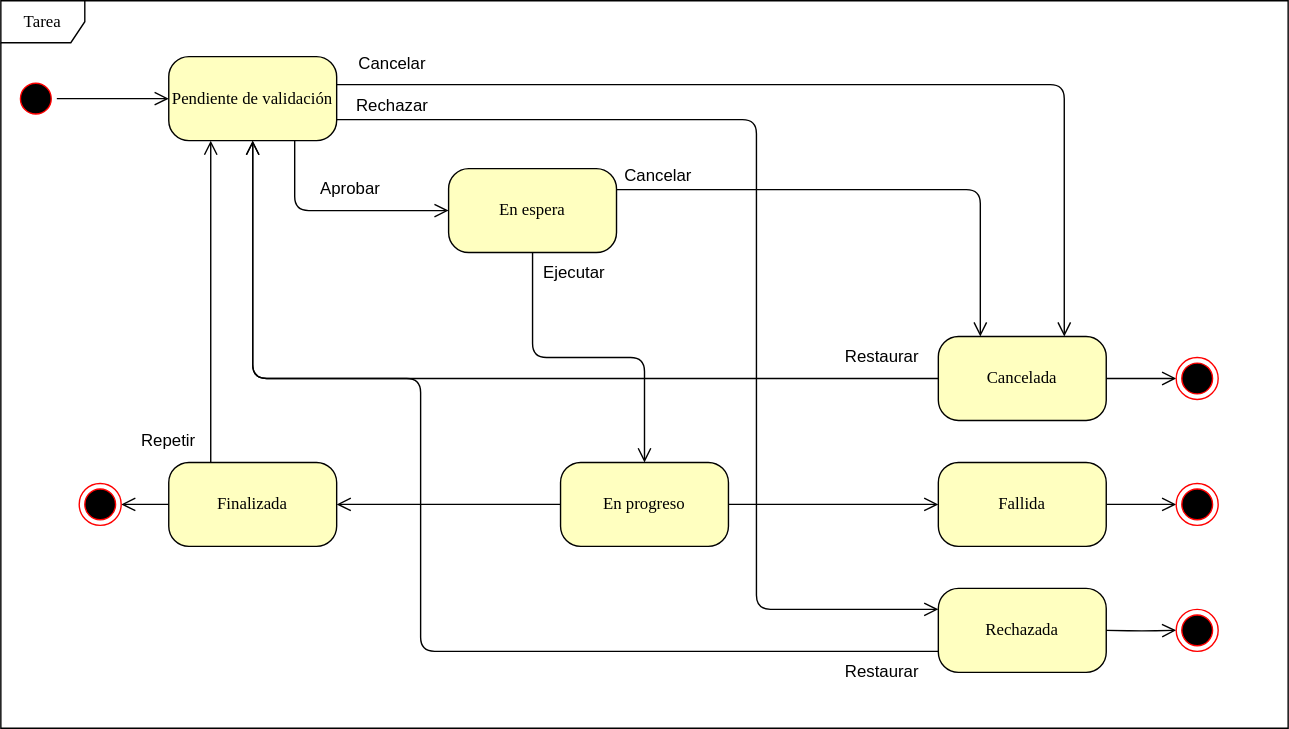
The draw.io diagram docs/design/task-states.drawio.svg in Leandro-Bertoluzzi/remote-cnc, before a commit. Source tidied: cells renumbered, new cells last; positions are measured from the earlier drawing's top-left corner, leaving out a move shared by most shapes. Its diagram source:
```xml
<mxGraphModel>
  <root>
    <mxCell id="0" />
    <mxCell id="1" parent="0" />
    <mxCell id="2" value="Tarea" style="shape=umlFrame;whiteSpace=wrap;html=1;rounded=1;shadow=0;comic=0;labelBackgroundColor=none;strokeWidth=1;fontFamily=Verdana;fontSize=12;align=center;" parent="1" vertex="1">
      <mxGeometry width="920" height="520" as="geometry" />
    </mxCell>
    <mxCell id="3" style="ellipse;html=1;shape=startState;fillColor=#000000;strokeColor=#ff0000;rounded=1;shadow=0;comic=0;labelBackgroundColor=none;fontFamily=Verdana;fontSize=12;fontColor=#000000;align=center;direction=south;" parent="1" vertex="1">
      <mxGeometry x="10" y="55" width="30" height="30" as="geometry" />
    </mxCell>
    <mxCell id="4" value="Finalizada" style="rounded=1;whiteSpace=wrap;html=1;arcSize=24;fillColor=#ffffc0;strokeColor=#000000;shadow=0;comic=0;labelBackgroundColor=none;fontFamily=Verdana;fontSize=12;fontColor=#000000;align=center;" parent="1" vertex="1">
      <mxGeometry x="120" y="330" width="120" height="60" as="geometry" />
    </mxCell>
    <mxCell id="5" style="edgeStyle=orthogonalEdgeStyle;rounded=1;jettySize=auto;html=1;exitX=1;exitY=0.75;exitDx=0;exitDy=0;entryX=0;entryY=0.25;entryDx=0;entryDy=0;curved=0;endSize=8;endArrow=open;endFill=0;" parent="1" edge="1" source="6" target="30">
      <mxGeometry relative="1" as="geometry">
        <Array as="points">
          <mxPoint x="540" y="85" />
          <mxPoint x="540" y="435" />
        </Array>
      </mxGeometry>
    </mxCell>
    <mxCell id="6" value="Pendiente de validación" style="rounded=1;whiteSpace=wrap;html=1;arcSize=24;fillColor=#ffffc0;strokeColor=#000000;shadow=0;comic=0;labelBackgroundColor=none;fontFamily=Verdana;fontSize=12;fontColor=#000000;align=center;" parent="1" vertex="1">
      <mxGeometry x="120" y="40" width="120" height="60" as="geometry" />
    </mxCell>
    <mxCell id="7" style="edgeStyle=orthogonalEdgeStyle;html=1;exitX=1;exitY=0.25;entryX=0.25;entryY=0;labelBackgroundColor=none;endArrow=open;endSize=8;strokeColor=#000000;fontFamily=Verdana;fontSize=12;align=left;" parent="1" edge="1" source="8" target="12">
      <mxGeometry relative="1" as="geometry" />
    </mxCell>
    <mxCell id="8" value="En espera" style="rounded=1;whiteSpace=wrap;html=1;arcSize=24;fillColor=#ffffc0;strokeColor=#000000;shadow=0;comic=0;labelBackgroundColor=none;fontFamily=Verdana;fontSize=12;fontColor=#000000;align=center;" parent="1" vertex="1">
      <mxGeometry x="320" y="120" width="120" height="60" as="geometry" />
    </mxCell>
    <mxCell id="9" style="edgeStyle=orthogonalEdgeStyle;html=1;entryX=0.75;entryY=0;labelBackgroundColor=none;endArrow=open;endSize=8;strokeColor=#000000;fontFamily=Verdana;fontSize=12;align=left;rounded=1;curved=0;entryDx=0;entryDy=0;" parent="1" edge="1" target="12">
      <mxGeometry relative="1" as="geometry">
        <mxPoint x="240" y="60" as="sourcePoint" />
        <Array as="points">
          <mxPoint x="240" y="60" />
          <mxPoint x="760" y="60" />
        </Array>
      </mxGeometry>
    </mxCell>
    <mxCell id="10" style="edgeStyle=orthogonalEdgeStyle;rounded=1;jettySize=auto;html=1;exitX=1;exitY=0.5;exitDx=0;exitDy=0;endSize=8;endArrow=open;endFill=0;curved=0;" parent="1" edge="1" source="12" target="20">
      <mxGeometry relative="1" as="geometry" />
    </mxCell>
    <mxCell id="11" style="edgeStyle=orthogonalEdgeStyle;rounded=1;jettySize=auto;html=1;exitX=0;exitY=0.5;exitDx=0;exitDy=0;entryX=0.5;entryY=1;entryDx=0;entryDy=0;curved=0;endSize=8;endArrow=open;endFill=0;" parent="1" edge="1" source="12" target="6">
      <mxGeometry relative="1" as="geometry" />
    </mxCell>
    <mxCell id="12" value="Cancelada" style="rounded=1;whiteSpace=wrap;html=1;arcSize=24;fillColor=#ffffc0;strokeColor=#000000;shadow=0;comic=0;labelBackgroundColor=none;fontFamily=Verdana;fontSize=12;fontColor=#000000;align=center;" parent="1" vertex="1">
      <mxGeometry x="670" y="240" width="120" height="60" as="geometry" />
    </mxCell>
    <mxCell id="13" style="edgeStyle=orthogonalEdgeStyle;rounded=1;jettySize=auto;html=1;entryX=0;entryY=0.5;entryDx=0;entryDy=0;curved=0;endSize=8;endArrow=open;endFill=0;" parent="1" edge="1" source="14" target="27">
      <mxGeometry relative="1" as="geometry" />
    </mxCell>
    <mxCell id="14" value="En progreso" style="rounded=1;whiteSpace=wrap;html=1;arcSize=24;fillColor=#ffffc0;strokeColor=#000000;shadow=0;comic=0;labelBackgroundColor=none;fontFamily=Verdana;fontSize=12;fontColor=#000000;align=center;" parent="1" vertex="1">
      <mxGeometry x="400" y="330" width="120" height="60" as="geometry" />
    </mxCell>
    <mxCell id="15" style="edgeStyle=orthogonalEdgeStyle;html=1;labelBackgroundColor=none;endArrow=open;endSize=8;strokeColor=#000000;fontFamily=Verdana;fontSize=12;align=left;" parent="1" edge="1" source="3" target="6">
      <mxGeometry relative="1" as="geometry" />
    </mxCell>
    <mxCell id="16" style="edgeStyle=orthogonalEdgeStyle;html=1;labelBackgroundColor=none;endArrow=open;endSize=8;strokeColor=#000000;fontFamily=Verdana;fontSize=12;align=left;entryX=0;entryY=0.5;" parent="1" edge="1" source="6" target="8">
      <mxGeometry relative="1" as="geometry">
        <Array as="points">
          <mxPoint x="210" y="150" />
        </Array>
      </mxGeometry>
    </mxCell>
    <mxCell id="17" style="edgeStyle=orthogonalEdgeStyle;html=1;exitX=0.25;exitY=0;entryX=0.25;entryY=1;labelBackgroundColor=none;endArrow=open;endSize=8;strokeColor=#000000;fontFamily=Verdana;fontSize=12;align=left;" parent="1" edge="1" source="4" target="6">
      <mxGeometry relative="1" as="geometry" />
    </mxCell>
    <mxCell id="18" style="edgeStyle=orthogonalEdgeStyle;html=1;exitX=0;exitY=0.5;entryX=1;entryY=0.5;labelBackgroundColor=none;endArrow=open;endSize=8;strokeColor=#000000;fontFamily=Verdana;fontSize=12;align=left;exitDx=0;exitDy=0;entryDx=0;entryDy=0;" parent="1" edge="1" source="14" target="4">
      <mxGeometry relative="1" as="geometry" />
    </mxCell>
    <mxCell id="19" style="edgeStyle=orthogonalEdgeStyle;html=1;exitX=0.5;exitY=1;entryX=0.5;entryY=0;labelBackgroundColor=none;endArrow=open;endSize=8;strokeColor=#000000;fontFamily=Verdana;fontSize=12;align=left;exitDx=0;exitDy=0;entryDx=0;entryDy=0;" parent="1" edge="1" source="8" target="14">
      <mxGeometry relative="1" as="geometry" />
    </mxCell>
    <mxCell id="20" style="ellipse;html=1;shape=endState;fillColor=#000000;strokeColor=#ff0000;rounded=1;shadow=0;comic=0;labelBackgroundColor=none;fontFamily=Verdana;fontSize=12;fontColor=#000000;align=center;" parent="1" vertex="1">
      <mxGeometry x="840" y="255" width="30" height="30" as="geometry" />
    </mxCell>
    <mxCell id="21" value="Cancelar" style="text;html=1;align=center;verticalAlign=middle;whiteSpace=wrap;rounded=0;" parent="1" vertex="1">
      <mxGeometry x="250" y="30" width="60" height="30" as="geometry" />
    </mxCell>
    <mxCell id="22" value="Aprobar" style="text;html=1;align=center;verticalAlign=middle;whiteSpace=wrap;rounded=0;" parent="1" vertex="1">
      <mxGeometry x="220" y="120" width="60" height="30" as="geometry" />
    </mxCell>
    <mxCell id="23" value="Ejecutar" style="text;html=1;align=center;verticalAlign=middle;whiteSpace=wrap;rounded=0;" parent="1" vertex="1">
      <mxGeometry x="380" y="180" width="60" height="30" as="geometry" />
    </mxCell>
    <mxCell id="24" value="Cancelar" style="text;html=1;align=center;verticalAlign=middle;whiteSpace=wrap;rounded=0;" parent="1" vertex="1">
      <mxGeometry x="440" y="110" width="60" height="30" as="geometry" />
    </mxCell>
    <mxCell id="25" value="Repetir" style="text;html=1;align=center;verticalAlign=middle;whiteSpace=wrap;rounded=0;" parent="1" vertex="1">
      <mxGeometry x="90" y="300" width="60" height="30" as="geometry" />
    </mxCell>
    <mxCell id="26" style="edgeStyle=orthogonalEdgeStyle;rounded=1;jettySize=auto;html=1;entryX=0;entryY=0.5;entryDx=0;entryDy=0;endSize=8;curved=0;endArrow=open;endFill=0;" parent="1" edge="1" source="27" target="28">
      <mxGeometry relative="1" as="geometry" />
    </mxCell>
    <mxCell id="27" value="Fallida" style="rounded=1;whiteSpace=wrap;html=1;arcSize=24;fillColor=#ffffc0;strokeColor=#000000;shadow=0;comic=0;labelBackgroundColor=none;fontFamily=Verdana;fontSize=12;fontColor=#000000;align=center;" parent="1" vertex="1">
      <mxGeometry x="670" y="330" width="120" height="60" as="geometry" />
    </mxCell>
    <mxCell id="28" style="ellipse;html=1;shape=endState;fillColor=#000000;strokeColor=#ff0000;rounded=1;shadow=0;comic=0;labelBackgroundColor=none;fontFamily=Verdana;fontSize=12;fontColor=#000000;align=center;" parent="1" vertex="1">
      <mxGeometry x="840" y="345" width="30" height="30" as="geometry" />
    </mxCell>
    <mxCell id="29" style="edgeStyle=orthogonalEdgeStyle;rounded=1;jettySize=auto;html=1;exitX=0;exitY=0.75;exitDx=0;exitDy=0;curved=0;endSize=8;endArrow=open;endFill=0;" parent="1" edge="1" source="30" target="6">
      <mxGeometry relative="1" as="geometry">
        <Array as="points">
          <mxPoint x="300" y="465" />
          <mxPoint x="300" y="270" />
          <mxPoint x="180" y="270" />
        </Array>
      </mxGeometry>
    </mxCell>
    <mxCell id="30" value="Rechazada" style="rounded=1;whiteSpace=wrap;html=1;arcSize=24;fillColor=#ffffc0;strokeColor=#000000;shadow=0;comic=0;labelBackgroundColor=none;fontFamily=Verdana;fontSize=12;fontColor=#000000;align=center;" parent="1" vertex="1">
      <mxGeometry x="670" y="420" width="120" height="60" as="geometry" />
    </mxCell>
    <mxCell id="31" style="edgeStyle=orthogonalEdgeStyle;rounded=1;jettySize=auto;html=1;entryX=0;entryY=0.5;entryDx=0;entryDy=0;endSize=8;curved=0;endArrow=open;endFill=0;" parent="1" edge="1" target="32">
      <mxGeometry relative="1" as="geometry">
        <mxPoint x="790" y="450" as="sourcePoint" />
      </mxGeometry>
    </mxCell>
    <mxCell id="32" style="ellipse;html=1;shape=endState;fillColor=#000000;strokeColor=#ff0000;rounded=1;shadow=0;comic=0;labelBackgroundColor=none;fontFamily=Verdana;fontSize=12;fontColor=#000000;align=center;" parent="1" vertex="1">
      <mxGeometry x="840" y="435" width="30" height="30" as="geometry" />
    </mxCell>
    <mxCell id="33" value="Rechazar" style="text;html=1;align=center;verticalAlign=middle;whiteSpace=wrap;rounded=0;" parent="1" vertex="1">
      <mxGeometry x="250" y="60" width="60" height="30" as="geometry" />
    </mxCell>
    <mxCell id="34" value="Restaurar" style="text;html=1;align=center;verticalAlign=middle;whiteSpace=wrap;rounded=0;" parent="1" vertex="1">
      <mxGeometry x="600" y="240" width="60" height="30" as="geometry" />
    </mxCell>
    <mxCell id="35" value="Restaurar" style="text;html=1;align=center;verticalAlign=middle;whiteSpace=wrap;rounded=0;" parent="1" vertex="1">
      <mxGeometry x="600" y="465" width="60" height="30" as="geometry" />
    </mxCell>
    <mxCell id="36" style="edgeStyle=orthogonalEdgeStyle;rounded=1;jettySize=auto;html=1;entryX=1;entryY=0.5;entryDx=0;entryDy=0;endSize=8;curved=0;endArrow=open;endFill=0;exitX=0;exitY=0.5;exitDx=0;exitDy=0;" parent="1" edge="1" source="4" target="37">
      <mxGeometry relative="1" as="geometry" />
    </mxCell>
    <mxCell id="37" style="ellipse;html=1;shape=endState;fillColor=#000000;strokeColor=#ff0000;rounded=1;shadow=0;comic=0;labelBackgroundColor=none;fontFamily=Verdana;fontSize=12;fontColor=#000000;align=center;" parent="1" vertex="1">
      <mxGeometry x="56" y="345" width="30" height="30" as="geometry" />
    </mxCell>
  </root>
</mxGraphModel>
```
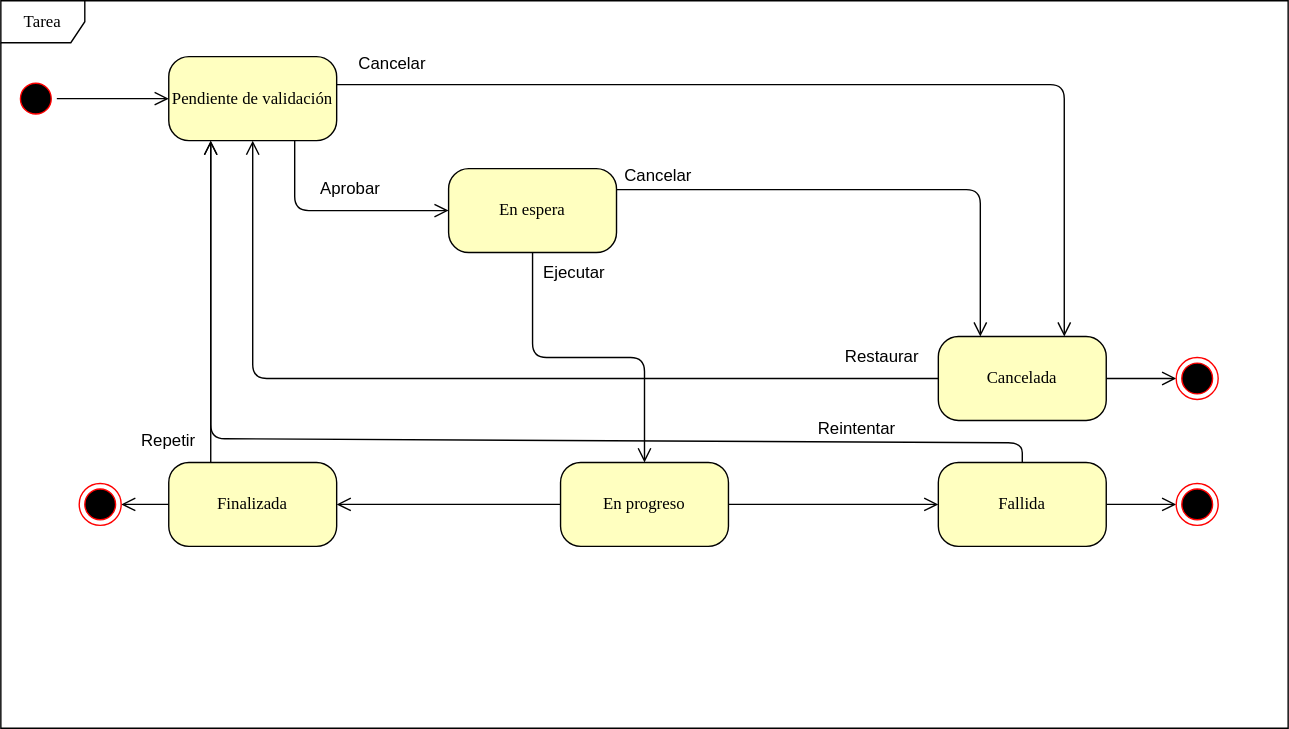
The same diagram one commit later.

Change to the diagram source:
```diff
@@ -11,14 +11,6 @@
     <mxCell id="4" value="Finalizada" style="rounded=1;whiteSpace=wrap;html=1;arcSize=24;fillColor=#ffffc0;strokeColor=#000000;shadow=0;comic=0;labelBackgroundColor=none;fontFamily=Verdana;fontSize=12;fontColor=#000000;align=center;" parent="1" vertex="1">
       <mxGeometry x="120" y="330" width="120" height="60" as="geometry" />
     </mxCell>
-    <mxCell id="5" style="edgeStyle=orthogonalEdgeStyle;rounded=1;jettySize=auto;html=1;exitX=1;exitY=0.75;exitDx=0;exitDy=0;entryX=0;entryY=0.25;entryDx=0;entryDy=0;curved=0;endSize=8;endArrow=open;endFill=0;" parent="1" edge="1" source="6" target="30">
-      <mxGeometry relative="1" as="geometry">
-        <Array as="points">
-          <mxPoint x="540" y="85" />
-          <mxPoint x="540" y="435" />
-        </Array>
-      </mxGeometry>
-    </mxCell>
     <mxCell id="6" value="Pendiente de validación" style="rounded=1;whiteSpace=wrap;html=1;arcSize=24;fillColor=#ffffc0;strokeColor=#000000;shadow=0;comic=0;labelBackgroundColor=none;fontFamily=Verdana;fontSize=12;fontColor=#000000;align=center;" parent="1" vertex="1">
       <mxGeometry x="120" y="40" width="120" height="60" as="geometry" />
     </mxCell>
@@ -92,46 +84,31 @@
     <mxCell id="26" style="edgeStyle=orthogonalEdgeStyle;rounded=1;jettySize=auto;html=1;entryX=0;entryY=0.5;entryDx=0;entryDy=0;endSize=8;curved=0;endArrow=open;endFill=0;" parent="1" edge="1" source="27" target="28">
       <mxGeometry relative="1" as="geometry" />
     </mxCell>
+    <mxCell id="38" style="edgeStyle=none;html=1;entryX=0.25;entryY=1;entryDx=0;entryDy=0;exitX=0.5;exitY=0;exitDx=0;exitDy=0;endArrow=open;endFill=0;endSize=8;" parent="1" edge="1" source="27" target="6">
+      <mxGeometry relative="1" as="geometry">
+        <Array as="points">
+          <mxPoint x="730" y="316" />
+          <mxPoint x="150" y="313" />
+        </Array>
+      </mxGeometry>
+    </mxCell>
     <mxCell id="27" value="Fallida" style="rounded=1;whiteSpace=wrap;html=1;arcSize=24;fillColor=#ffffc0;strokeColor=#000000;shadow=0;comic=0;labelBackgroundColor=none;fontFamily=Verdana;fontSize=12;fontColor=#000000;align=center;" parent="1" vertex="1">
       <mxGeometry x="670" y="330" width="120" height="60" as="geometry" />
     </mxCell>
     <mxCell id="28" style="ellipse;html=1;shape=endState;fillColor=#000000;strokeColor=#ff0000;rounded=1;shadow=0;comic=0;labelBackgroundColor=none;fontFamily=Verdana;fontSize=12;fontColor=#000000;align=center;" parent="1" vertex="1">
       <mxGeometry x="840" y="345" width="30" height="30" as="geometry" />
     </mxCell>
-    <mxCell id="29" style="edgeStyle=orthogonalEdgeStyle;rounded=1;jettySize=auto;html=1;exitX=0;exitY=0.75;exitDx=0;exitDy=0;curved=0;endSize=8;endArrow=open;endFill=0;" parent="1" edge="1" source="30" target="6">
-      <mxGeometry relative="1" as="geometry">
-        <Array as="points">
-          <mxPoint x="300" y="465" />
-          <mxPoint x="300" y="270" />
-          <mxPoint x="180" y="270" />
-        </Array>
-      </mxGeometry>
-    </mxCell>
-    <mxCell id="30" value="Rechazada" style="rounded=1;whiteSpace=wrap;html=1;arcSize=24;fillColor=#ffffc0;strokeColor=#000000;shadow=0;comic=0;labelBackgroundColor=none;fontFamily=Verdana;fontSize=12;fontColor=#000000;align=center;" parent="1" vertex="1">
-      <mxGeometry x="670" y="420" width="120" height="60" as="geometry" />
-    </mxCell>
-    <mxCell id="31" style="edgeStyle=orthogonalEdgeStyle;rounded=1;jettySize=auto;html=1;entryX=0;entryY=0.5;entryDx=0;entryDy=0;endSize=8;curved=0;endArrow=open;endFill=0;" parent="1" edge="1" target="32">
-      <mxGeometry relative="1" as="geometry">
-        <mxPoint x="790" y="450" as="sourcePoint" />
-      </mxGeometry>
-    </mxCell>
-    <mxCell id="32" style="ellipse;html=1;shape=endState;fillColor=#000000;strokeColor=#ff0000;rounded=1;shadow=0;comic=0;labelBackgroundColor=none;fontFamily=Verdana;fontSize=12;fontColor=#000000;align=center;" parent="1" vertex="1">
-      <mxGeometry x="840" y="435" width="30" height="30" as="geometry" />
-    </mxCell>
-    <mxCell id="33" value="Rechazar" style="text;html=1;align=center;verticalAlign=middle;whiteSpace=wrap;rounded=0;" parent="1" vertex="1">
-      <mxGeometry x="250" y="60" width="60" height="30" as="geometry" />
-    </mxCell>
     <mxCell id="34" value="Restaurar" style="text;html=1;align=center;verticalAlign=middle;whiteSpace=wrap;rounded=0;" parent="1" vertex="1">
       <mxGeometry x="600" y="240" width="60" height="30" as="geometry" />
     </mxCell>
-    <mxCell id="35" value="Restaurar" style="text;html=1;align=center;verticalAlign=middle;whiteSpace=wrap;rounded=0;" parent="1" vertex="1">
-      <mxGeometry x="600" y="465" width="60" height="30" as="geometry" />
-    </mxCell>
     <mxCell id="36" style="edgeStyle=orthogonalEdgeStyle;rounded=1;jettySize=auto;html=1;entryX=1;entryY=0.5;entryDx=0;entryDy=0;endSize=8;curved=0;endArrow=open;endFill=0;exitX=0;exitY=0.5;exitDx=0;exitDy=0;" parent="1" edge="1" source="4" target="37">
       <mxGeometry relative="1" as="geometry" />
     </mxCell>
     <mxCell id="37" style="ellipse;html=1;shape=endState;fillColor=#000000;strokeColor=#ff0000;rounded=1;shadow=0;comic=0;labelBackgroundColor=none;fontFamily=Verdana;fontSize=12;fontColor=#000000;align=center;" parent="1" vertex="1">
       <mxGeometry x="56" y="345" width="30" height="30" as="geometry" />
     </mxCell>
+    <mxCell id="39" value="Reintentar" style="text;html=1;align=center;verticalAlign=middle;whiteSpace=wrap;rounded=0;" parent="1" vertex="1">
+      <mxGeometry x="582" y="291" width="60" height="30" as="geometry" />
+    </mxCell>
   </root>
 </mxGraphModel>
```
